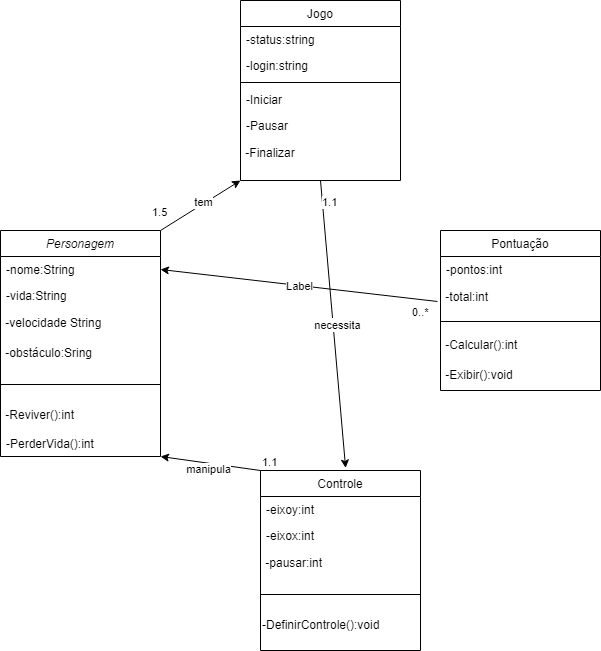
Earlier version of the draw.io export jogo.drawio.png (RuanPSilva/DiagramasLP_DJW). Source tidied: cells renumbered, new cells last; positions are measured from the earlier drawing's top-left corner, leaving out a move shared by most shapes.
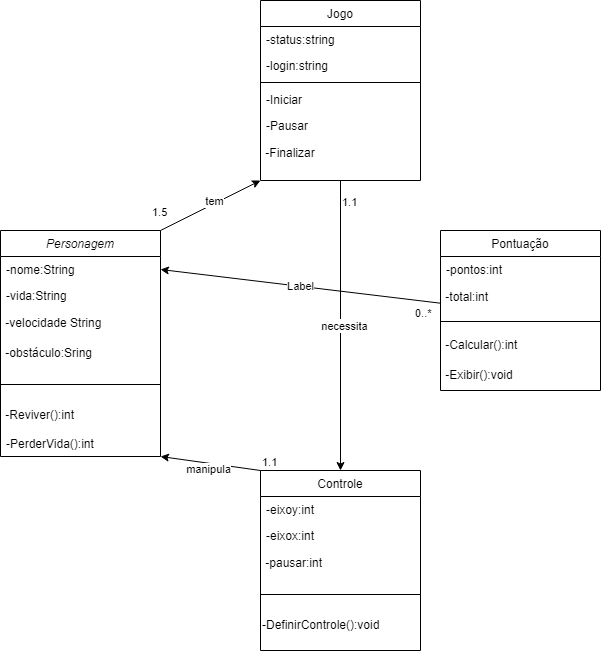
Later version of the same file.

Diff of the diagram source:
```diff
@@ -63,7 +63,7 @@
       <mxGeometry y="130" width="160" height="30" as="geometry" />
     </mxCell>
     <mxCell id="22" value="Jogo" style="swimlane;fontStyle=0;align=center;verticalAlign=top;horizontal=1;startSize=26;rounded=0;shadow=0;strokeWidth=1;" parent="1" vertex="1">
-      <mxGeometry x="240" width="160" height="180" as="geometry" />
+      <mxGeometry x="260" width="160" height="180" as="geometry" />
     </mxCell>
     <mxCell id="23" value="-status:string" style="text;align=left;verticalAlign=top;spacingLeft=4;spacingRight=4;overflow=hidden;rounded=0;shadow=0;html=0;" parent="22" vertex="1">
       <mxGeometry y="26" width="160" height="26" as="geometry" />
@@ -94,7 +94,7 @@
         <mxPoint x="-6" y="5" as="offset" />
       </mxGeometry>
     </mxCell>
-    <mxCell id="32" style="endArrow=classic;html=1;rounded=0;exitX=0.5;exitY=1;exitDx=0;exitDy=0;entryX=0.532;entryY=-0.014;entryDx=0;entryDy=0;entryPerimeter=0;" parent="1" edge="1" source="22" target="10">
+    <mxCell id="32" style="endArrow=classic;html=1;rounded=0;exitX=0.5;exitY=1;exitDx=0;exitDy=0;entryX=0.5;entryY=0;entryDx=0;entryDy=0;" parent="1" edge="1" source="22" target="10">
       <mxGeometry relative="1" as="geometry" />
     </mxCell>
     <mxCell id="33" value="Label" style="edgeLabel;html=1;align=center;verticalAlign=middle;" parent="32" vertex="1">
@@ -108,7 +108,7 @@
     <mxCell id="35" value="necessita" style="edgeLabel;html=1;align=center;verticalAlign=middle;" parent="32" vertex="1">
       <mxGeometry y="4" relative="1" as="geometry" />
     </mxCell>
-    <mxCell id="36" style="endArrow=classic;html=1;rounded=0;entryX=1;entryY=0.5;entryDx=0;entryDy=0;exitX=-0.019;exitY=0.633;exitDx=0;exitDy=0;exitPerimeter=0;" parent="1" edge="1" source="18" target="3">
+    <mxCell id="36" style="endArrow=classic;html=1;rounded=0;entryX=1;entryY=0.5;entryDx=0;entryDy=0;exitX=-0.002;exitY=0.689;exitDx=0;exitDy=0;exitPerimeter=0;" parent="1" edge="1" source="18" target="3">
       <mxGeometry relative="1" as="geometry" />
     </mxCell>
     <mxCell id="37" value="Label" style="edgeLabel;html=1;align=center;verticalAlign=middle;" parent="36" vertex="1">
```
